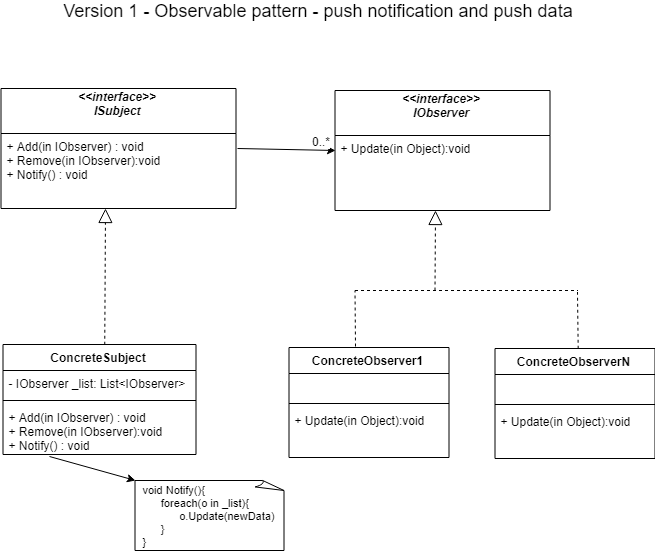
zangelus/Patterns keeps this draw.io diagram as Patterns/images/Observer1.png. Above is the earlier version. Source tidied: cells renumbered, new cells last; positions are measured from the earlier drawing's top-left corner, leaving out a move shared by most shapes. Source of this version:
```xml
<mxGraphModel>
  <root>
    <mxCell id="0" />
    <mxCell id="1" parent="0" />
    <mxCell id="2" value="&lt;&lt;interface&gt;&gt;&#10;ISubject&#10;" style="swimlane;fontStyle=3;horizontal=1;startSize=45;fillColor=none;" parent="1" vertex="1">
      <mxGeometry x="-0.5" y="88" width="235" height="120" as="geometry" />
    </mxCell>
    <mxCell id="3" value="+ Add(in IObserver) : void&#10;+ Remove(in IObserver):void&#10;+ Notify() : void&#10;" style="text;strokeColor=none;fillColor=none;align=left;verticalAlign=top;spacingLeft=4;spacingRight=4;overflow=hidden;points=[[0,0.5],[1,0.5]];portConstraint=eastwest;" parent="2" vertex="1">
      <mxGeometry y="45" width="235" height="75" as="geometry" />
    </mxCell>
    <mxCell id="4" value="&lt;&lt;interface&gt;&gt;&#10;IObserver&#10;" style="swimlane;fontStyle=3;horizontal=1;startSize=45;fillColor=none;" parent="1" vertex="1">
      <mxGeometry x="333.5" y="90" width="215" height="120" as="geometry" />
    </mxCell>
    <mxCell id="5" value="+ Update(in Object):void&#10;" style="text;strokeColor=none;fillColor=none;align=left;verticalAlign=top;spacingLeft=4;spacingRight=4;overflow=hidden;points=[[0,0.5],[1,0.5]];portConstraint=eastwest;" parent="4" vertex="1">
      <mxGeometry y="45" width="215" height="75" as="geometry" />
    </mxCell>
    <mxCell id="6" style="endArrow=classic;html=1;entryX=0;entryY=0.2;entryDx=0;entryDy=0;entryPerimeter=0;exitX=1.006;exitY=0.212;exitDx=0;exitDy=0;exitPerimeter=0;" parent="1" edge="1" source="3" target="5">
      <mxGeometry relative="1" as="geometry" />
    </mxCell>
    <mxCell id="7" value="0..*" style="text;html=1;align=center;verticalAlign=middle;labelBackgroundColor=#ffffff;" parent="6" vertex="1">
      <mxGeometry x="0.75" y="1" relative="1" as="geometry">
        <mxPoint x="-3" y="-9" as="offset" />
      </mxGeometry>
    </mxCell>
    <mxCell id="8" value="ConcreteSubject" style="swimlane;fontStyle=1;align=center;verticalAlign=top;horizontal=1;startSize=26;" parent="1" vertex="1">
      <mxGeometry x="1.5" y="344" width="193" height="110" as="geometry" />
    </mxCell>
    <mxCell id="9" value="- IObserver _list: List&lt;IObserver&gt;" style="text;strokeColor=none;fillColor=none;align=left;verticalAlign=top;spacingLeft=4;spacingRight=4;overflow=hidden;" parent="8" vertex="1">
      <mxGeometry y="26" width="193" height="26" as="geometry" />
    </mxCell>
    <mxCell id="10" style="line;strokeWidth=1;fillColor=none;align=left;verticalAlign=middle;spacingTop=-1;spacingLeft=3;spacingRight=3;labelPosition=right;" parent="8" vertex="1">
      <mxGeometry y="52" width="193" height="8" as="geometry" />
    </mxCell>
    <mxCell id="11" value="+ Add(in IObserver) : void&#10;+ Remove(in IObserver):void&#10;+ Notify() : void&#10;&#10;" style="text;strokeColor=none;fillColor=none;align=left;verticalAlign=top;spacingLeft=4;spacingRight=4;overflow=hidden;points=[[0,0.5],[1,0.5]];portConstraint=eastwest;" parent="8" vertex="1">
      <mxGeometry y="60" width="193" height="50" as="geometry" />
    </mxCell>
    <mxCell id="12" value="ConcreteObserver1" style="swimlane;fontStyle=1;align=center;verticalAlign=top;horizontal=1;startSize=26;" parent="1" vertex="1">
      <mxGeometry x="287.5" y="347" width="160" height="110" as="geometry" />
    </mxCell>
    <mxCell id="13" value=" " style="text;strokeColor=none;fillColor=none;align=left;verticalAlign=top;spacingLeft=4;spacingRight=4;overflow=hidden;" parent="12" vertex="1">
      <mxGeometry y="26" width="160" height="26" as="geometry" />
    </mxCell>
    <mxCell id="14" style="line;strokeWidth=1;fillColor=none;align=left;verticalAlign=middle;spacingTop=-1;spacingLeft=3;spacingRight=3;labelPosition=right;" parent="12" vertex="1">
      <mxGeometry y="52" width="160" height="8" as="geometry" />
    </mxCell>
    <mxCell id="15" value="+ Update(in Object):void&#10;&#10;" style="text;strokeColor=none;fillColor=none;align=left;verticalAlign=top;spacingLeft=4;spacingRight=4;overflow=hidden;" parent="12" vertex="1">
      <mxGeometry y="60" width="160" height="50" as="geometry" />
    </mxCell>
    <mxCell id="16" value="ConcreteObserverN" style="swimlane;fontStyle=1;align=center;verticalAlign=top;horizontal=1;startSize=26;" parent="1" vertex="1">
      <mxGeometry x="493.5" y="348" width="160" height="110" as="geometry" />
    </mxCell>
    <mxCell id="17" value=" " style="text;strokeColor=none;fillColor=none;align=left;verticalAlign=top;spacingLeft=4;spacingRight=4;overflow=hidden;" parent="16" vertex="1">
      <mxGeometry y="26" width="160" height="26" as="geometry" />
    </mxCell>
    <mxCell id="18" style="line;strokeWidth=1;fillColor=none;align=left;verticalAlign=middle;spacingTop=-1;spacingLeft=3;spacingRight=3;labelPosition=right;" parent="16" vertex="1">
      <mxGeometry y="52" width="160" height="8" as="geometry" />
    </mxCell>
    <mxCell id="19" value="+ Update(in Object):void&#10;&#10;" style="text;strokeColor=none;fillColor=none;align=left;verticalAlign=top;spacingLeft=4;spacingRight=4;overflow=hidden;" parent="16" vertex="1">
      <mxGeometry y="60" width="160" height="50" as="geometry" />
    </mxCell>
    <mxCell id="20" value="&lt;font style=&quot;font-size: 18px&quot;&gt;Version 1 - Observable pattern - push notification and push data&lt;/font&gt;" style="text;html=1;strokeColor=none;fillColor=none;align=center;verticalAlign=middle;whiteSpace=wrap;rounded=0;" parent="1" vertex="1">
      <mxGeometry x="38.5" width="555" height="20" as="geometry" />
    </mxCell>
    <mxCell id="21" style="endArrow=block;dashed=1;endFill=0;endSize=12;html=1;entryX=0.442;entryY=1.013;entryDx=0;entryDy=0;entryPerimeter=0;exitX=0.5;exitY=0;exitDx=0;exitDy=0;" parent="1" edge="1" target="3">
      <mxGeometry relative="1" as="geometry">
        <mxPoint x="103.3" y="344.2" as="sourcePoint" />
      </mxGeometry>
    </mxCell>
    <mxCell id="22" style="endArrow=block;dashed=1;endFill=0;endSize=12;html=1;entryX=0.464;entryY=1.012;entryDx=0;entryDy=0;entryPerimeter=0;" parent="1" edge="1" target="5">
      <mxGeometry relative="1" as="geometry">
        <mxPoint x="433.5" y="290" as="sourcePoint" />
      </mxGeometry>
    </mxCell>
    <mxCell id="23" style="endArrow=none;dashed=1;html=1;" parent="1" edge="1">
      <mxGeometry relative="1" as="geometry">
        <mxPoint x="353.5" y="290" as="sourcePoint" />
        <mxPoint x="576.5" y="290" as="targetPoint" />
      </mxGeometry>
    </mxCell>
    <mxCell id="24" style="endArrow=none;dashed=1;html=1;exitX=0.417;exitY=-0.002;exitDx=0;exitDy=0;exitPerimeter=0;" parent="1" edge="1" source="12">
      <mxGeometry relative="1" as="geometry">
        <mxPoint x="353.5" y="290" as="targetPoint" />
      </mxGeometry>
    </mxCell>
    <mxCell id="25" style="endArrow=none;dashed=1;html=1;exitX=0.417;exitY=-0.002;exitDx=0;exitDy=0;exitPerimeter=0;fontStyle=1;" parent="1" edge="1">
      <mxGeometry relative="1" as="geometry">
        <mxPoint x="576.7" y="348.3" as="sourcePoint" />
        <mxPoint x="576" y="291.5" as="targetPoint" />
      </mxGeometry>
    </mxCell>
    <mxCell id="26" value="&lt;div style=&quot;text-align: left ; font-size: 11px&quot;&gt;&lt;font style=&quot;font-size: 11px&quot;&gt;void Notify(){&lt;/font&gt;&lt;/div&gt;&lt;div style=&quot;text-align: left ; font-size: 11px&quot;&gt;&lt;font style=&quot;font-size: 11px&quot;&gt;&amp;nbsp; &amp;nbsp; &amp;nbsp; foreach(o in _list){&lt;/font&gt;&lt;/div&gt;&lt;div style=&quot;text-align: left ; font-size: 11px&quot;&gt;&lt;span&gt;&lt;font style=&quot;font-size: 11px&quot;&gt;&amp;nbsp; &amp;nbsp; &amp;nbsp; &amp;nbsp; &amp;nbsp; &amp;nbsp; o.Update(newData)&lt;/font&gt;&lt;/span&gt;&lt;/div&gt;&lt;div style=&quot;text-align: left ; font-size: 11px&quot;&gt;&lt;font style=&quot;font-size: 11px&quot;&gt;&amp;nbsp; &amp;nbsp; &amp;nbsp; }&lt;/font&gt;&lt;/div&gt;&lt;div style=&quot;text-align: left ; font-size: 11px&quot;&gt;&lt;font style=&quot;font-size: 11px&quot;&gt;}&lt;/font&gt;&lt;/div&gt;" style="whiteSpace=wrap;html=1;shape=mxgraph.basic.document;" parent="1" vertex="1">
      <mxGeometry x="133.5" y="480" width="149" height="70" as="geometry" />
    </mxCell>
    <mxCell id="27" style="endArrow=classic;html=1;entryX=0.003;entryY=0.014;entryDx=0;entryDy=0;entryPerimeter=0;exitX=0.238;exitY=1.025;exitDx=0;exitDy=0;exitPerimeter=0;" parent="1" edge="1" source="11" target="26">
      <mxGeometry relative="1" as="geometry" />
    </mxCell>
  </root>
</mxGraphModel>
```
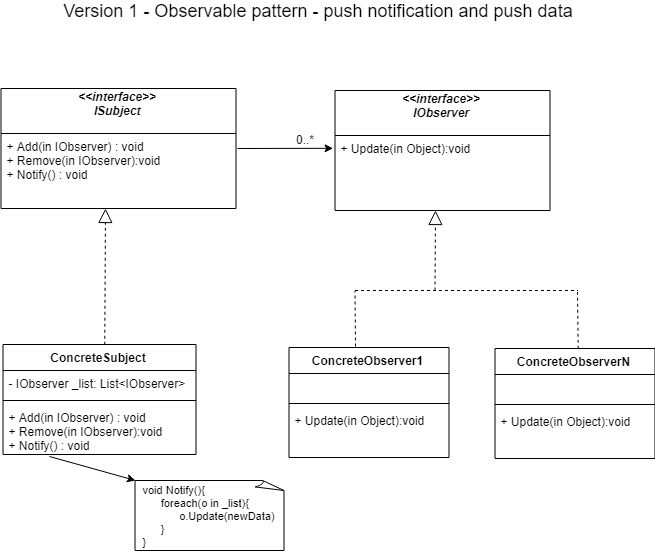
The same diagram one commit later.

Commit message:
observer upd

Diff of the diagram source:
```diff
@@ -14,12 +14,15 @@
     <mxCell id="5" value="+ Update(in Object):void&#10;" style="text;strokeColor=none;fillColor=none;align=left;verticalAlign=top;spacingLeft=4;spacingRight=4;overflow=hidden;points=[[0,0.5],[1,0.5]];portConstraint=eastwest;" parent="4" vertex="1">
       <mxGeometry y="45" width="215" height="75" as="geometry" />
     </mxCell>
-    <mxCell id="6" style="endArrow=classic;html=1;entryX=0;entryY=0.2;entryDx=0;entryDy=0;entryPerimeter=0;exitX=1.006;exitY=0.212;exitDx=0;exitDy=0;exitPerimeter=0;" parent="1" edge="1" source="3" target="5">
-      <mxGeometry relative="1" as="geometry" />
+    <mxCell id="6" style="endArrow=classic;html=1;entryX=0;entryY=0.2;entryDx=0;entryDy=0;entryPerimeter=0;" parent="1" edge="1">
+      <mxGeometry relative="1" as="geometry">
+        <mxPoint x="236" y="148" as="sourcePoint" />
+        <mxPoint x="331.6" y="147.8" as="targetPoint" />
+      </mxGeometry>
     </mxCell>
     <mxCell id="7" value="0..*" style="text;html=1;align=center;verticalAlign=middle;labelBackgroundColor=#ffffff;" parent="6" vertex="1">
       <mxGeometry x="0.75" y="1" relative="1" as="geometry">
-        <mxPoint x="-3" y="-9" as="offset" />
+        <mxPoint x="-17" y="-8.5" as="offset" />
       </mxGeometry>
     </mxCell>
     <mxCell id="8" value="ConcreteSubject" style="swimlane;fontStyle=1;align=center;verticalAlign=top;horizontal=1;startSize=26;" parent="1" vertex="1">
```
